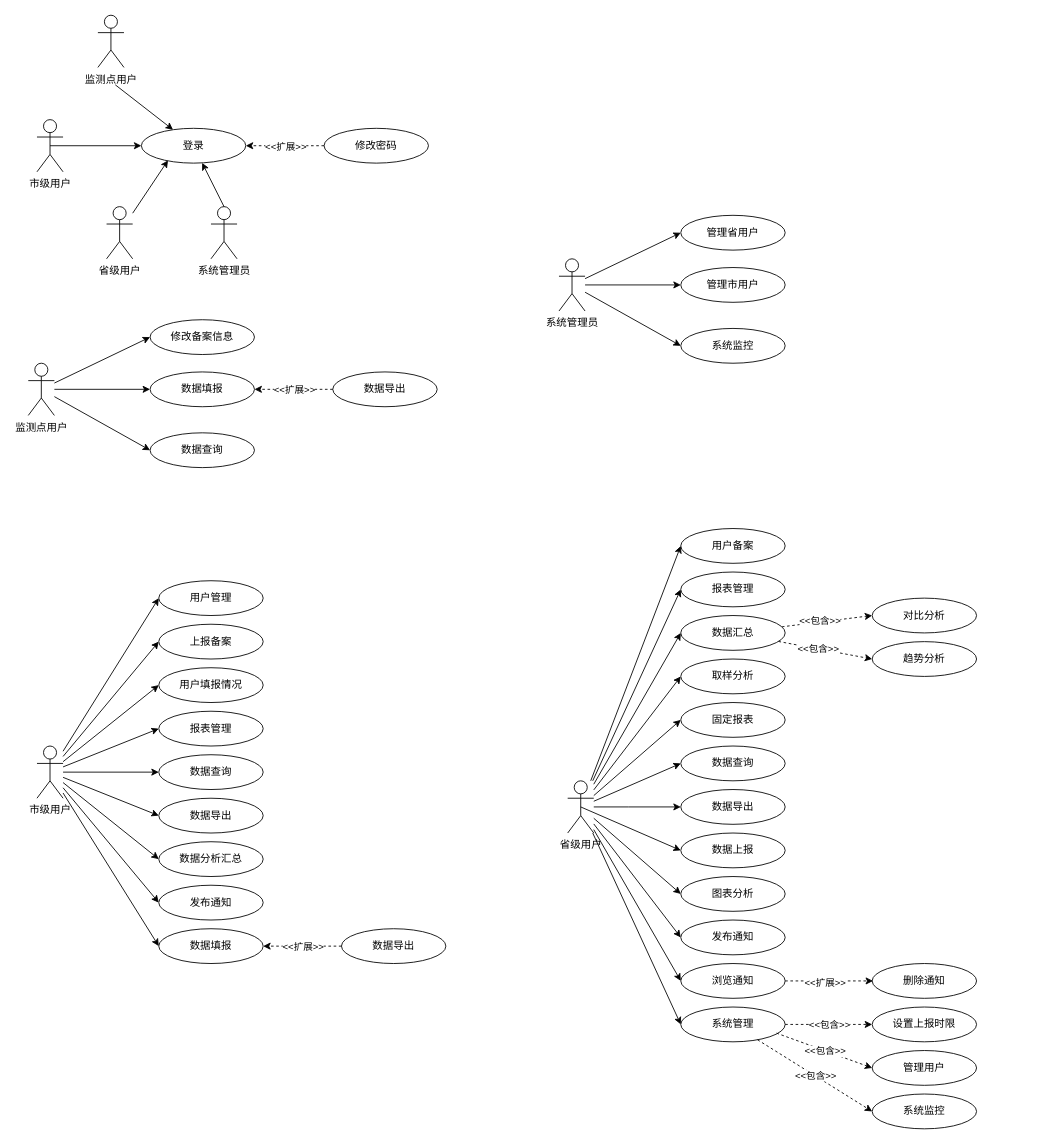
Before: 用户交互图.drawio in Anne416wu/HumanResourceSystem, a draw.io diagram. Source tidied: cells renumbered, new cells numbered last; positions are measured from the earlier drawing's top-left corner, leaving out a move shared by most shapes. Both pictures are drawn from the tidied source at 87%, with x=0, y=0 at pixel (28, 15).
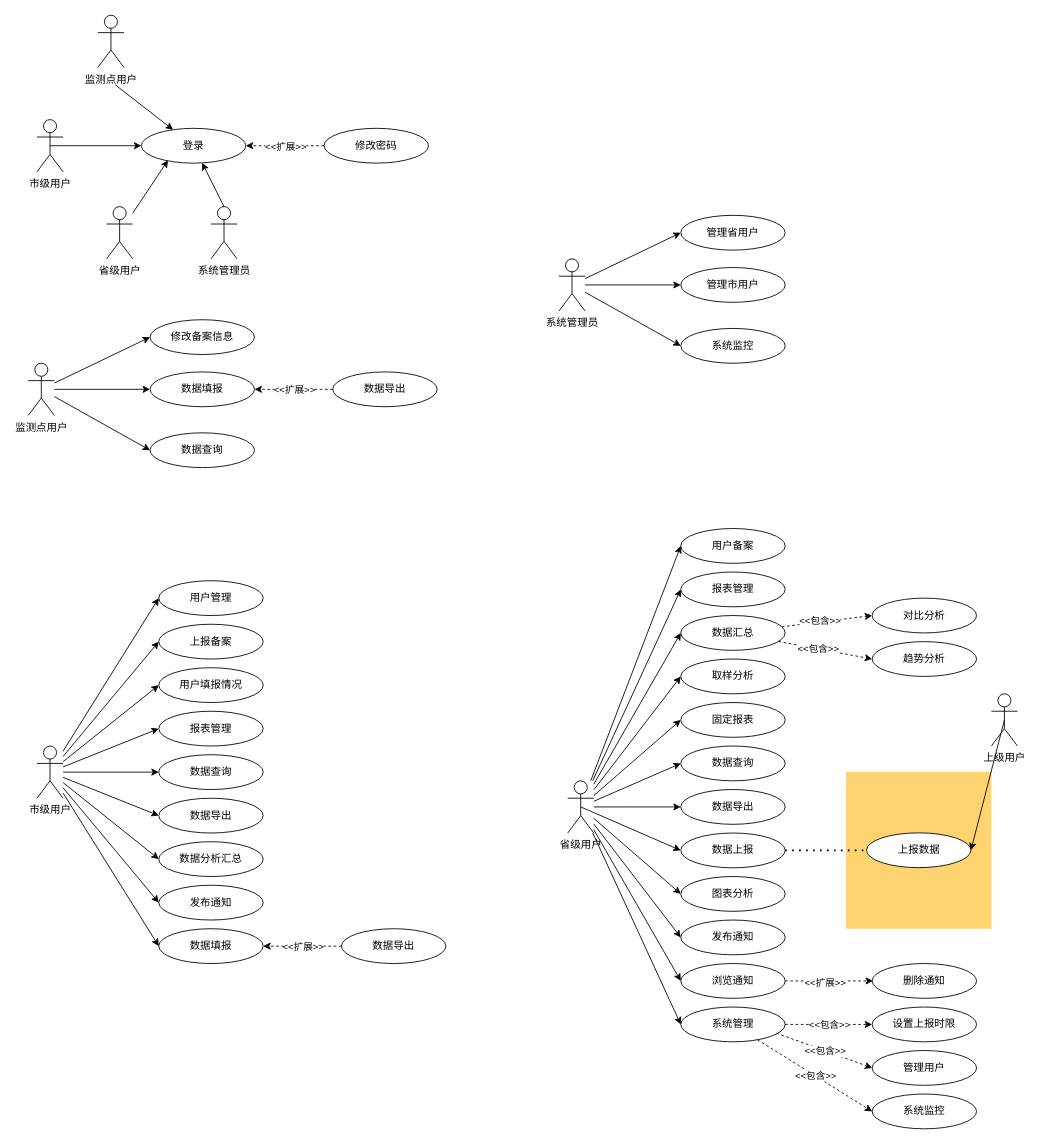
After the change.

The change refers to these unchanged cells:
```xml
<mxCell id="95" value="数据上报" style="ellipse;whiteSpace=wrap;html=1;" parent="1" vertex="1">
  <mxGeometry x="750" y="940" width="120" height="40" as="geometry" />
</mxCell>
```

Diff of the diagram source:
```diff
@@
+    <mxCell id="96" style="whiteSpace=wrap;html=1;fillColor=#FFD470;gradientColor=none;fontSize=14;strokeColor=none;verticalAlign=top;" parent="1" vertex="1">
+      <mxGeometry x="940" y="869.5" width="167" height="180.5" as="geometry" />
+    </mxCell>
@@
+    <mxCell id="97" style="endArrow=none;dashed=1;html=1;dashPattern=1 3;strokeWidth=2;exitX=1;exitY=0.5;exitDx=0;exitDy=0;" parent="1" edge="1" source="95">
+      <mxGeometry relative="1" as="geometry">
+        <mxPoint x="960" y="960" as="targetPoint" />
+      </mxGeometry>
+    </mxCell>
+    <mxCell id="98" value="上报数据" style="ellipse;whiteSpace=wrap;html=1;" parent="1" vertex="1">
+      <mxGeometry x="963.5" y="939.8" width="120" height="40" as="geometry" />
+    </mxCell>
+    <mxCell id="99" style="rounded=0;jettySize=auto;html=1;exitX=0.5;exitY=0.5;exitDx=0;exitDy=0;exitPerimeter=0;entryX=1;entryY=0.5;entryDx=0;entryDy=0;" parent="1" edge="1" source="100" target="98">
+      <mxGeometry relative="1" as="geometry" />
+    </mxCell>
+    <mxCell id="100" value="上级用户" style="shape=umlActor;verticalLabelPosition=bottom;verticalAlign=top;html=1;outlineConnect=0;" parent="1" vertex="1">
+      <mxGeometry x="1107" y="780" width="30" height="60" as="geometry" />
+    </mxCell>
```
